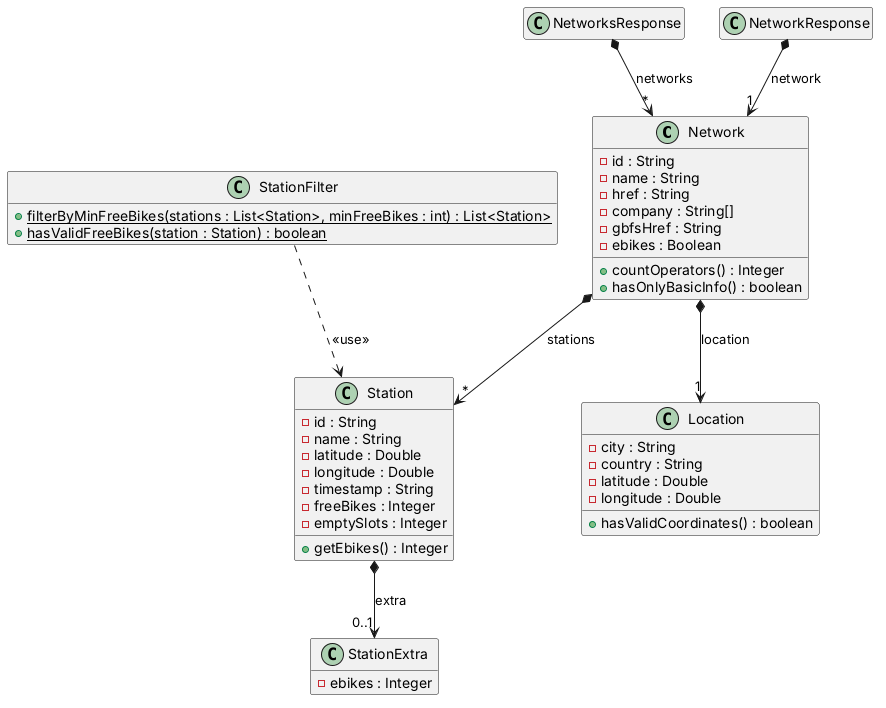
isunican/App-Bicis-Grupo3 keeps this PlantUML diagram as Docs/Models/domain.png. Above is the earlier version.
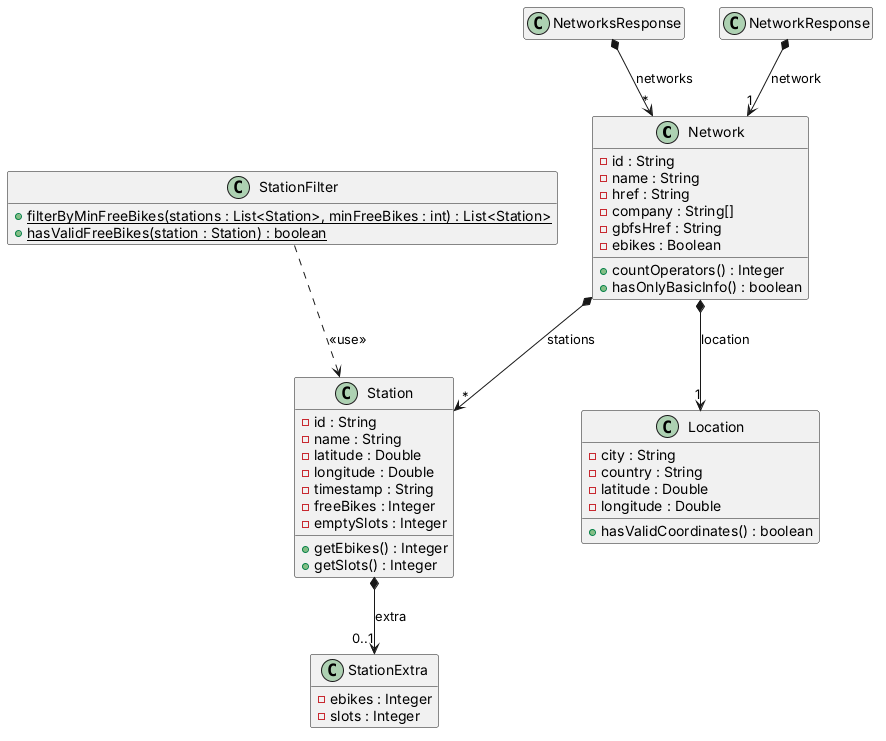
Later version of the same file.

Change to the diagram source:
```diff
@@ -42,10 +42,12 @@
     - freeBikes : Integer
     - emptySlots : Integer
     + getEbikes() : Integer
+    + getSlots() : Integer
 }
 
 class StationExtra {
     - ebikes : Integer
+    - slots : Integer
 }
 
 class StationFilter {
```
